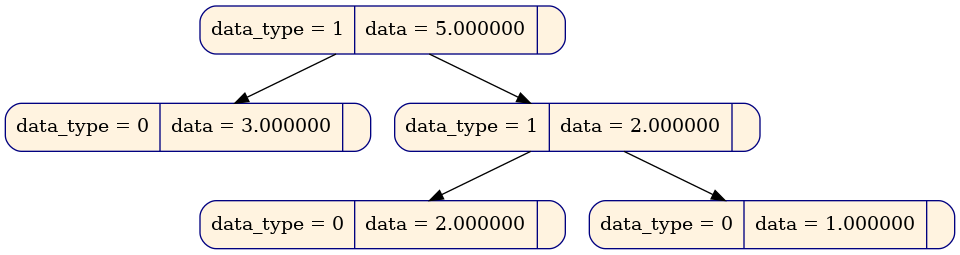
This is diff_tree/gr_dump/diff_tree_6.dot.png from pupach/diff_tree, a Graphviz export, as it was before one commit. Its source is kept beside it as diff_tree/gr_dump/diff_tree_6.dot.
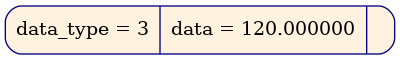
Later version of the same file.

Diff of the diagram source:
```diff
@@ -1,13 +1,5 @@
 digraph
 {
 node [shape = Mrecord, color  = "navy", style = "filled"];
-node0x620000000160[label = " data_type = 1 | data = 5.000000 | ", fillcolor = "#fff3e0", rank = 0];
-node0x619000000a80[label = " data_type = 0 | data = 3.000000 | ", fillcolor = "#fff3e0", rank = 1];
-node0x6200000000b8[label = " data_type = 1 | data = 2.000000 | ", fillcolor = "#fff3e0", rank = 1];
-node0x6200000000f0[label = " data_type = 0 | data = 2.000000 | ", fillcolor = "#fff3e0", rank = 2];
-node0x620000000128[label = " data_type = 0 | data = 1.000000 | ", fillcolor = "#fff3e0", rank = 2];
-node0x620000000160 -> node0x619000000a80;
-node0x620000000160 -> node0x6200000000b8;
-node0x6200000000b8 -> node0x6200000000f0;
-node0x6200000000b8 -> node0x620000000128;
+node0x619000000b60[label = " data_type = 3 | data = 120.000000 | ", fillcolor = "#fff3e0", rank = 0];
 }
```
